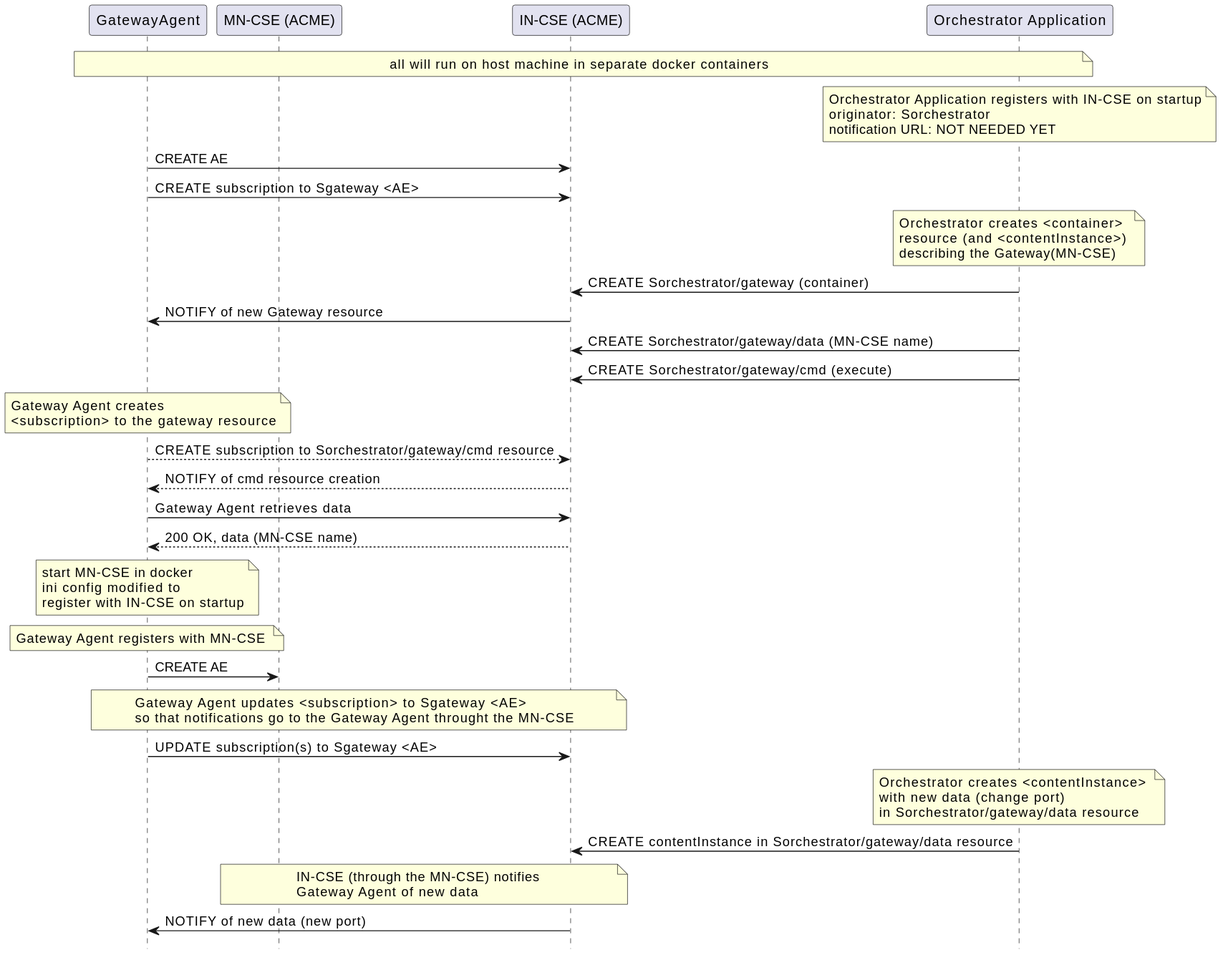
This is media/msc.svg from BobFIV/PSU_CAPSTONE_1S26, a PlantUML export, as it was before one commit.
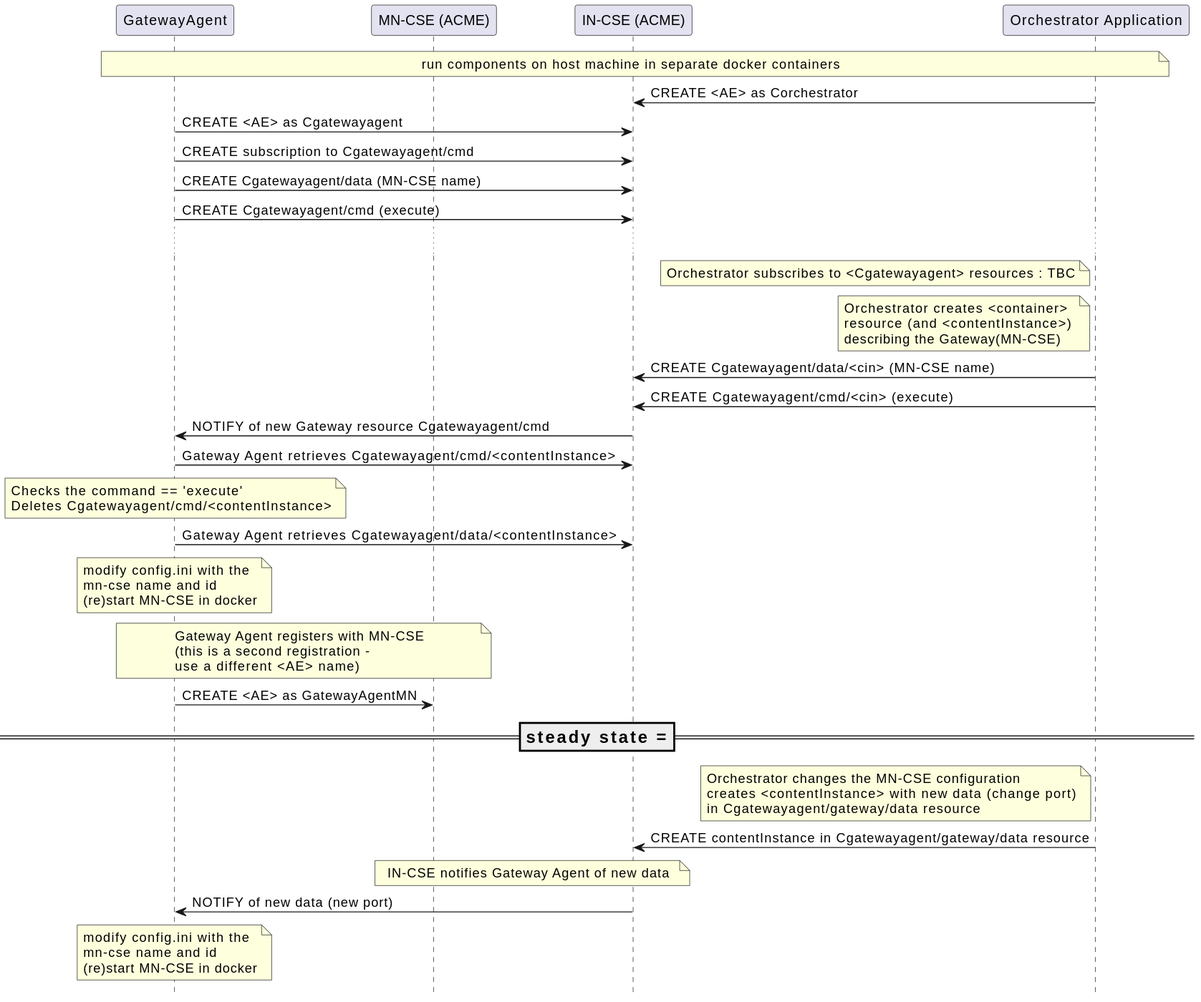
Above is the later version.

Commit message:
export MSC to svg.

Change to the diagram source:
```diff
@@ -7,75 +7,76 @@
 participant CB as "Orchestrator Application"
 
 note over GA,CB
-all will run on host machine in separate docker containers
+run components on host machine in separate docker containers
 end note
 
 
-note over CB
-Orchestrator Application registers with IN-CSE on startup
-originator: Sorchestrator
-notification URL: NOT NEEDED YET
+CB -> IN: CREATE <AE> as Corchestrator
+
+GA -> IN: CREATE <AE> as Cgatewayagent
+GA -> IN: CREATE subscription to Cgatewayagent/cmd
+GA -> IN: CREATE Cgatewayagent/data (MN-CSE name)
+GA -> IN: CREATE Cgatewayagent/cmd (execute)
+
+...
+
+note left CB
+Orchestrator subscribes to <Cgatewayagent> resources : TBC
 end note
 
 
 
-GA -> IN: CREATE AE
-
-GA -> IN: CREATE subscription to Sgateway <AE>
-
-note over CB
+note left CB
 Orchestrator creates <container>
 resource (and <contentInstance>)
 describing the Gateway(MN-CSE)
 end note
 
-CB -> IN: CREATE Sorchestrator/gateway (container)
-IN -> GA: NOTIFY of new Gateway resource
+CB -> IN: CREATE Cgatewayagent/data/<cin> (MN-CSE name)
+CB -> IN: CREATE Cgatewayagent/cmd/<cin> (execute)
 
-CB -> IN: CREATE Sorchestrator/gateway/data (MN-CSE name)
-CB -> IN: CREATE Sorchestrator/gateway/cmd (execute)
+IN -> GA: NOTIFY of new Gateway resource Cgatewayagent/cmd
+GA -> IN : Gateway Agent retrieves Cgatewayagent/cmd/<contentInstance>
+
+note over GA
+Checks the command == 'execute'
+Deletes Cgatewayagent/cmd/<contentInstance>
+end note
+
+GA -> IN : Gateway Agent retrieves Cgatewayagent/data/<contentInstance>
+
+note over GA
+modify config.ini with the
+mn-cse name and id
+(re)start MN-CSE in docker
+end note
+
+note over GA, MN
+Gateway Agent registers with MN-CSE
+(this is a second registration -
+use a different <AE> name)
+end note
+
+GA -> MN: CREATE <AE> as GatewayAgentMN
+
+=== steady state ===
+
+note left CB
+Orchestrator changes the MN-CSE configuration
+creates <contentInstance> with new data (change port)
+in Cgatewayagent/gateway/data resource
+end note
+
+CB -> IN: CREATE contentInstance in Cgatewayagent/gateway/data resource
+note over MN,IN
+IN-CSE notifies Gateway Agent of new data
+end note
+IN -> GA: NOTIFY of new data (new port)
 
 
 note over GA
-Gateway Agent creates
-<subscription> to the gateway resource
+modify config.ini with the
+mn-cse name and id
+(re)start MN-CSE in docker
 end note
-
-GA --> IN: CREATE subscription to Sorchestrator/gateway/cmd resource
-
-IN --> GA: NOTIFY of cmd resource creation
-
-GA -> IN : Gateway Agent retrieves data
-IN --> GA: 200 OK, data (MN-CSE name)
-
-note over GA
-start MN-CSE in docker
-ini config modified to
-register with IN-CSE on startup
-end note
-
-note over GA
-Gateway Agent registers with MN-CSE
-end note
-
-GA -> MN: CREATE AE
-
-note over GA,IN
-Gateway Agent updates <subscription> to Sgateway <AE>
-so that notifications go to the Gateway Agent throught the MN-CSE
-end note
-GA -> IN: UPDATE subscription(s) to Sgateway <AE>
-
-note over CB
-Orchestrator creates <contentInstance>
-with new data (change port)
-in Sorchestrator/gateway/data resource
-end note
-
-CB -> IN: CREATE contentInstance in Sorchestrator/gateway/data resource
-note over MN,IN
-IN-CSE (through the MN-CSE) notifies
-Gateway Agent of new data
-end note
-IN -> GA: NOTIFY of new data (new port)
 @enduml
```
